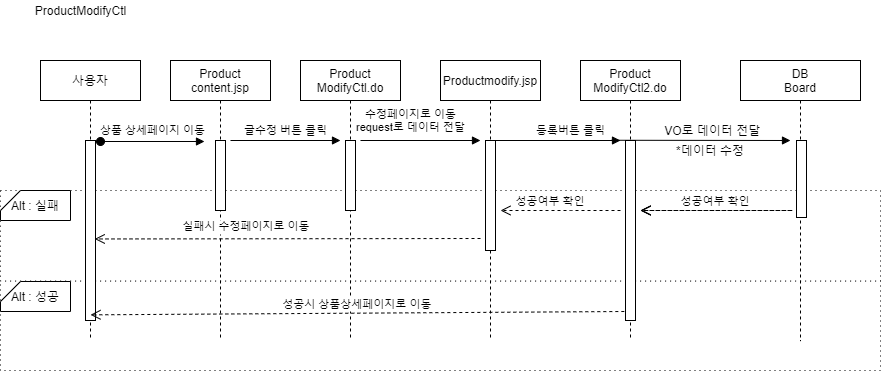
Before: Document/Sequence_Diagram/product/Product Sequence_Diagram-ProductModifyCtl.png, a diagram exported from draw.io (JungCG/PotatoMarket). Source tidied: cells renumbered, new cells last; positions are measured from the earlier drawing's top-left corner, leaving out a move shared by most shapes. The source it was exported from:
```xml
<mxGraphModel>
  <root>
    <mxCell id="0" />
    <mxCell id="1" parent="0" />
    <mxCell id="2" style="rounded=0;whiteSpace=wrap;html=1;dashed=1;dashPattern=1 4;" parent="1" vertex="1">
      <mxGeometry y="280" width="880" height="90" as="geometry" />
    </mxCell>
    <mxCell id="3" style="rounded=0;whiteSpace=wrap;html=1;dashed=1;dashPattern=1 4;" parent="1" vertex="1">
      <mxGeometry y="190" width="880" height="90.6" as="geometry" />
    </mxCell>
    <mxCell id="4" value="사용자" style="shape=umlLifeline;perimeter=lifelinePerimeter;rounded=0;shadow=0;strokeWidth=1;" parent="1" vertex="1">
      <mxGeometry x="40" y="60" width="100" height="280" as="geometry" />
    </mxCell>
    <mxCell id="5" style="points=[];perimeter=orthogonalPerimeter;rounded=0;shadow=0;strokeWidth=1;" parent="4" vertex="1">
      <mxGeometry x="45" y="80" width="10" height="180" as="geometry" />
    </mxCell>
    <mxCell id="6" value="DB&#10;Board" style="shape=umlLifeline;perimeter=lifelinePerimeter;rounded=0;shadow=0;strokeWidth=1;" parent="1" vertex="1">
      <mxGeometry x="740" y="60" width="120" height="280.6" as="geometry" />
    </mxCell>
    <mxCell id="7" style="perimeter=orthogonalPerimeter;rounded=0;shadow=0;strokeWidth=1;" parent="6" vertex="1">
      <mxGeometry x="56" y="80" width="10" height="77" as="geometry" />
    </mxCell>
    <mxCell id="8" value="Alt : 성공" style="shape=card;whiteSpace=wrap;html=1;size=20;rotation=0;" parent="1" vertex="1">
      <mxGeometry y="281" width="70" height="30" as="geometry" />
    </mxCell>
    <mxCell id="9" value="Alt : 실패" style="shape=card;whiteSpace=wrap;html=1;size=20;rotation=0;" parent="1" vertex="1">
      <mxGeometry y="190" width="70" height="30" as="geometry" />
    </mxCell>
    <mxCell id="10" style="verticalAlign=bottom;startArrow=oval;endArrow=block;startSize=8;shadow=0;strokeWidth=1;" parent="1" edge="1">
      <mxGeometry relative="1" as="geometry">
        <mxPoint x="100" y="141" as="sourcePoint" />
        <mxPoint x="204" y="141" as="targetPoint" />
      </mxGeometry>
    </mxCell>
    <mxCell id="11" value="ProductModifyCtl" style="text;html=1;align=center;verticalAlign=middle;" parent="1" vertex="1">
      <mxGeometry x="25" width="110" height="20" as="geometry" />
    </mxCell>
    <mxCell id="12" value="상품 상세페이지 이동" style="edgeLabel;html=1;align=center;verticalAlign=middle;" parent="1" vertex="1">
      <mxGeometry x="150" y="130" as="geometry">
        <mxPoint x="1" y="-1" as="offset" />
      </mxGeometry>
    </mxCell>
    <mxCell id="13" value="Product&#10;content.jsp" style="shape=umlLifeline;perimeter=lifelinePerimeter;rounded=0;shadow=0;strokeWidth=1;" parent="1" vertex="1">
      <mxGeometry x="170" y="60" width="100" height="280" as="geometry" />
    </mxCell>
    <mxCell id="14" style="perimeter=orthogonalPerimeter;rounded=0;shadow=0;strokeWidth=1;" parent="13" vertex="1">
      <mxGeometry x="45" y="80" width="10" height="70" as="geometry" />
    </mxCell>
    <mxCell id="15" value="글수정 버튼 클릭" style="edgeLabel;html=1;align=center;verticalAlign=middle;" parent="1" vertex="1">
      <mxGeometry x="165" y="140" as="geometry">
        <mxPoint x="119" y="-11" as="offset" />
      </mxGeometry>
    </mxCell>
    <mxCell id="16" style="verticalAlign=bottom;endArrow=block;entryX=0;entryY=0;shadow=0;strokeWidth=1;" parent="1" edge="1">
      <mxGeometry relative="1" as="geometry">
        <mxPoint x="230" y="140" as="sourcePoint" />
        <mxPoint x="340" y="140" as="targetPoint" />
      </mxGeometry>
    </mxCell>
    <mxCell id="17" value="Product&#10;ModifyCtl.do" style="shape=umlLifeline;perimeter=lifelinePerimeter;rounded=0;shadow=0;strokeWidth=1;" parent="1" vertex="1">
      <mxGeometry x="300" y="60" width="100" height="280" as="geometry" />
    </mxCell>
    <mxCell id="18" style="perimeter=orthogonalPerimeter;rounded=0;shadow=0;strokeWidth=1;" parent="17" vertex="1">
      <mxGeometry x="45" y="80" width="10" height="70" as="geometry" />
    </mxCell>
    <mxCell id="19" value="성공여부 확인" style="verticalAlign=bottom;endArrow=open;dashed=1;endSize=8;shadow=0;strokeWidth=1;entryX=0.935;entryY=0.795;entryDx=0;entryDy=0;entryPerimeter=0;" parent="1" edge="1">
      <mxGeometry relative="1" as="geometry">
        <mxPoint x="791.7" y="210" as="sourcePoint" />
        <mxPoint x="640" y="210" as="targetPoint" />
        <Array as="points">
          <mxPoint x="720" y="210" />
        </Array>
      </mxGeometry>
    </mxCell>
    <mxCell id="20" value="실패시 수정페이지로 이동" style="verticalAlign=bottom;endArrow=open;dashed=1;endSize=8;shadow=0;strokeWidth=1;entryX=0.921;entryY=0.547;entryDx=0;entryDy=0;entryPerimeter=0;" parent="1" edge="1" target="5">
      <mxGeometry x="0.21" y="-3" relative="1" as="geometry">
        <mxPoint x="480" y="238" as="sourcePoint" />
      </mxGeometry>
    </mxCell>
    <mxCell id="21" value="성공시 상품상세페이지로 이동" style="verticalAlign=bottom;endArrow=open;dashed=1;endSize=8;shadow=0;strokeWidth=1;" parent="1" edge="1">
      <mxGeometry relative="1" as="geometry">
        <mxPoint x="623.8" y="311" as="sourcePoint" />
        <mxPoint x="90" y="314.3" as="targetPoint" />
      </mxGeometry>
    </mxCell>
    <mxCell id="22" style="group;" parent="1" vertex="1">
      <mxGeometry x="620" y="120" width="180" height="40" as="geometry" />
    </mxCell>
    <mxCell id="23" value="*데이터 수정" style="text;html=1;strokeColor=none;fillColor=none;align=center;verticalAlign=middle;whiteSpace=wrap;rounded=0;" parent="22" vertex="1">
      <mxGeometry y="20" width="180" height="20" as="geometry" />
    </mxCell>
    <mxCell id="24" value="&amp;nbsp; &amp;nbsp; &amp;nbsp; &amp;nbsp; &amp;nbsp; &amp;nbsp; &amp;nbsp; &amp;nbsp; &amp;nbsp; &amp;nbsp;VO로 데이터 전달" style="text;html=1;align=center;verticalAlign=middle;points=[];" parent="22" vertex="1">
      <mxGeometry x="-25" width="170" height="20" as="geometry" />
    </mxCell>
    <mxCell id="25" style="verticalAlign=bottom;endArrow=block;entryX=0;entryY=0;shadow=0;strokeWidth=1;exitX=0.096;exitY=0.988;exitDx=0;exitDy=0;exitPerimeter=0;" parent="22" edge="1" source="24">
      <mxGeometry relative="1" as="geometry">
        <mxPoint x="170" y="20" as="targetPoint" />
      </mxGeometry>
    </mxCell>
    <mxCell id="26" value="Productmodify.jsp" style="shape=umlLifeline;perimeter=lifelinePerimeter;rounded=0;shadow=0;strokeWidth=1;" parent="1" vertex="1">
      <mxGeometry x="440" y="60" width="100" height="280" as="geometry" />
    </mxCell>
    <mxCell id="27" style="points=[];perimeter=orthogonalPerimeter;rounded=0;shadow=0;strokeWidth=1;" parent="26" vertex="1">
      <mxGeometry x="45" y="80" width="10" height="110" as="geometry" />
    </mxCell>
    <mxCell id="28" value="수정페이지로 이동&lt;br&gt;request로 데이터 전달" style="edgeLabel;html=1;align=center;verticalAlign=middle;" parent="1" vertex="1">
      <mxGeometry x="290" y="130" as="geometry">
        <mxPoint x="119" y="-11" as="offset" />
      </mxGeometry>
    </mxCell>
    <mxCell id="29" style="verticalAlign=bottom;endArrow=block;shadow=0;strokeWidth=1;" parent="1" edge="1">
      <mxGeometry relative="1" as="geometry">
        <mxPoint x="360" y="140" as="sourcePoint" />
        <mxPoint x="480" y="140" as="targetPoint" />
      </mxGeometry>
    </mxCell>
    <mxCell id="30" value="Product&#10;ModifyCtl2.do" style="shape=umlLifeline;perimeter=lifelinePerimeter;rounded=0;shadow=0;strokeWidth=1;" parent="1" vertex="1">
      <mxGeometry x="580" y="60" width="100" height="280" as="geometry" />
    </mxCell>
    <mxCell id="31" style="perimeter=orthogonalPerimeter;rounded=0;shadow=0;strokeWidth=1;" parent="30" vertex="1">
      <mxGeometry x="45" y="80" width="10" height="180" as="geometry" />
    </mxCell>
    <mxCell id="32" value="등록버튼 클릭" style="edgeLabel;html=1;align=center;verticalAlign=middle;" parent="1" vertex="1">
      <mxGeometry x="450" y="140" as="geometry">
        <mxPoint x="119" y="-11" as="offset" />
      </mxGeometry>
    </mxCell>
    <mxCell id="33" style="verticalAlign=bottom;endArrow=block;shadow=0;strokeWidth=1;" parent="1" edge="1">
      <mxGeometry relative="1" as="geometry">
        <mxPoint x="490" y="140" as="sourcePoint" />
        <mxPoint x="620" y="140" as="targetPoint" />
      </mxGeometry>
    </mxCell>
    <mxCell id="34" value="성공여부 확인" style="verticalAlign=bottom;endArrow=open;dashed=1;endSize=8;shadow=0;strokeWidth=1;entryX=0.935;entryY=0.795;entryDx=0;entryDy=0;entryPerimeter=0;" parent="1" edge="1">
      <mxGeometry x="0.17" relative="1" as="geometry">
        <mxPoint x="620" y="210" as="sourcePoint" />
        <mxPoint x="500" y="210" as="targetPoint" />
        <Array as="points">
          <mxPoint x="580" y="210" />
        </Array>
      </mxGeometry>
    </mxCell>
    <mxCell id="35" value="성공여부 확인" style="verticalAlign=bottom;endArrow=open;dashed=1;endSize=8;shadow=0;strokeWidth=1;entryX=0.935;entryY=0.795;entryDx=0;entryDy=0;entryPerimeter=0;" parent="1" edge="1">
      <mxGeometry relative="1" as="geometry">
        <mxPoint x="791.7" y="210" as="sourcePoint" />
        <mxPoint x="640" y="210" as="targetPoint" />
      </mxGeometry>
    </mxCell>
    <mxCell id="36" value="성공여부 확인" style="verticalAlign=bottom;endArrow=open;dashed=1;endSize=8;shadow=0;strokeWidth=1;entryX=0.935;entryY=0.795;entryDx=0;entryDy=0;entryPerimeter=0;" parent="1" edge="1">
      <mxGeometry relative="1" as="geometry">
        <mxPoint x="790" y="210" as="sourcePoint" />
        <mxPoint x="640" y="210" as="targetPoint" />
      </mxGeometry>
    </mxCell>
  </root>
</mxGraphModel>
```
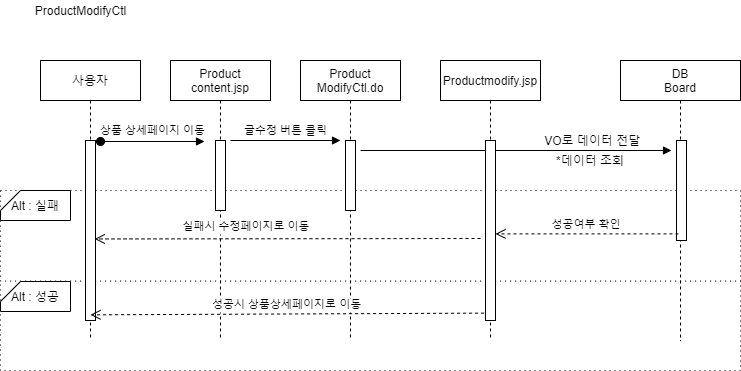
The same file after the commit.

Change to the diagram source:
```diff
@@ -3,10 +3,10 @@
     <mxCell id="0" />
     <mxCell id="1" parent="0" />
     <mxCell id="2" style="rounded=0;whiteSpace=wrap;html=1;dashed=1;dashPattern=1 4;" parent="1" vertex="1">
-      <mxGeometry y="280" width="880" height="90" as="geometry" />
+      <mxGeometry y="280" width="740" height="90" as="geometry" />
     </mxCell>
     <mxCell id="3" style="rounded=0;whiteSpace=wrap;html=1;dashed=1;dashPattern=1 4;" parent="1" vertex="1">
-      <mxGeometry y="190" width="880" height="90.6" as="geometry" />
+      <mxGeometry y="190" width="740" height="90.6" as="geometry" />
     </mxCell>
     <mxCell id="4" value="사용자" style="shape=umlLifeline;perimeter=lifelinePerimeter;rounded=0;shadow=0;strokeWidth=1;" parent="1" vertex="1">
       <mxGeometry x="40" y="60" width="100" height="280" as="geometry" />
@@ -15,10 +15,10 @@
       <mxGeometry x="45" y="80" width="10" height="180" as="geometry" />
     </mxCell>
     <mxCell id="6" value="DB&#10;Board" style="shape=umlLifeline;perimeter=lifelinePerimeter;rounded=0;shadow=0;strokeWidth=1;" parent="1" vertex="1">
-      <mxGeometry x="740" y="60" width="120" height="280.6" as="geometry" />
+      <mxGeometry x="620" y="60" width="120" height="280.6" as="geometry" />
     </mxCell>
     <mxCell id="7" style="perimeter=orthogonalPerimeter;rounded=0;shadow=0;strokeWidth=1;" parent="6" vertex="1">
-      <mxGeometry x="56" y="80" width="10" height="77" as="geometry" />
+      <mxGeometry x="56" y="80" width="10" height="100" as="geometry" />
     </mxCell>
     <mxCell id="8" value="Alt : 성공" style="shape=card;whiteSpace=wrap;html=1;size=20;rotation=0;" parent="1" vertex="1">
       <mxGeometry y="281" width="70" height="30" as="geometry" />
@@ -63,94 +63,39 @@
     <mxCell id="18" style="perimeter=orthogonalPerimeter;rounded=0;shadow=0;strokeWidth=1;" parent="17" vertex="1">
       <mxGeometry x="45" y="80" width="10" height="70" as="geometry" />
     </mxCell>
-    <mxCell id="19" value="성공여부 확인" style="verticalAlign=bottom;endArrow=open;dashed=1;endSize=8;shadow=0;strokeWidth=1;entryX=0.935;entryY=0.795;entryDx=0;entryDy=0;entryPerimeter=0;" parent="1" edge="1">
-      <mxGeometry relative="1" as="geometry">
-        <mxPoint x="791.7" y="210" as="sourcePoint" />
-        <mxPoint x="640" y="210" as="targetPoint" />
-        <Array as="points">
-          <mxPoint x="720" y="210" />
-        </Array>
-      </mxGeometry>
-    </mxCell>
     <mxCell id="20" value="실패시 수정페이지로 이동" style="verticalAlign=bottom;endArrow=open;dashed=1;endSize=8;shadow=0;strokeWidth=1;entryX=0.921;entryY=0.547;entryDx=0;entryDy=0;entryPerimeter=0;" parent="1" edge="1" target="5">
       <mxGeometry x="0.21" y="-3" relative="1" as="geometry">
         <mxPoint x="480" y="238" as="sourcePoint" />
       </mxGeometry>
     </mxCell>
-    <mxCell id="21" value="성공시 상품상세페이지로 이동" style="verticalAlign=bottom;endArrow=open;dashed=1;endSize=8;shadow=0;strokeWidth=1;" parent="1" edge="1">
+    <mxCell id="21" value="성공시 상품상세페이지로 이동" style="verticalAlign=bottom;endArrow=open;dashed=1;endSize=8;shadow=0;strokeWidth=1;exitX=-0.14;exitY=0.959;exitDx=0;exitDy=0;exitPerimeter=0;" parent="1" edge="1" source="27">
       <mxGeometry relative="1" as="geometry">
-        <mxPoint x="623.8" y="311" as="sourcePoint" />
         <mxPoint x="90" y="314.3" as="targetPoint" />
       </mxGeometry>
     </mxCell>
     <mxCell id="22" style="group;" parent="1" vertex="1">
-      <mxGeometry x="620" y="120" width="180" height="40" as="geometry" />
+      <mxGeometry x="500" y="130" width="180" height="40" as="geometry" />
     </mxCell>
-    <mxCell id="23" value="*데이터 수정" style="text;html=1;strokeColor=none;fillColor=none;align=center;verticalAlign=middle;whiteSpace=wrap;rounded=0;" parent="22" vertex="1">
+    <mxCell id="23" value="*데이터 조회" style="text;html=1;strokeColor=none;fillColor=none;align=center;verticalAlign=middle;whiteSpace=wrap;rounded=0;" parent="22" vertex="1">
       <mxGeometry y="20" width="180" height="20" as="geometry" />
     </mxCell>
     <mxCell id="24" value="&amp;nbsp; &amp;nbsp; &amp;nbsp; &amp;nbsp; &amp;nbsp; &amp;nbsp; &amp;nbsp; &amp;nbsp; &amp;nbsp; &amp;nbsp;VO로 데이터 전달" style="text;html=1;align=center;verticalAlign=middle;points=[];" parent="22" vertex="1">
       <mxGeometry x="-25" width="170" height="20" as="geometry" />
     </mxCell>
-    <mxCell id="25" style="verticalAlign=bottom;endArrow=block;entryX=0;entryY=0;shadow=0;strokeWidth=1;exitX=0.096;exitY=0.988;exitDx=0;exitDy=0;exitPerimeter=0;" parent="22" edge="1" source="24">
+    <mxCell id="25" style="verticalAlign=bottom;endArrow=block;entryX=0;entryY=0;shadow=0;strokeWidth=1;" parent="22" edge="1">
       <mxGeometry relative="1" as="geometry">
-        <mxPoint x="170" y="20" as="targetPoint" />
+        <mxPoint x="-140" y="20" as="sourcePoint" />
+        <mxPoint x="171" y="20" as="targetPoint" />
       </mxGeometry>
     </mxCell>
     <mxCell id="26" value="Productmodify.jsp" style="shape=umlLifeline;perimeter=lifelinePerimeter;rounded=0;shadow=0;strokeWidth=1;" parent="1" vertex="1">
       <mxGeometry x="440" y="60" width="100" height="280" as="geometry" />
     </mxCell>
     <mxCell id="27" style="points=[];perimeter=orthogonalPerimeter;rounded=0;shadow=0;strokeWidth=1;" parent="26" vertex="1">
-      <mxGeometry x="45" y="80" width="10" height="110" as="geometry" />
+      <mxGeometry x="45" y="80" width="10" height="180" as="geometry" />
     </mxCell>
-    <mxCell id="28" value="수정페이지로 이동&lt;br&gt;request로 데이터 전달" style="edgeLabel;html=1;align=center;verticalAlign=middle;" parent="1" vertex="1">
-      <mxGeometry x="290" y="130" as="geometry">
-        <mxPoint x="119" y="-11" as="offset" />
-      </mxGeometry>
-    </mxCell>
-    <mxCell id="29" style="verticalAlign=bottom;endArrow=block;shadow=0;strokeWidth=1;" parent="1" edge="1">
-      <mxGeometry relative="1" as="geometry">
-        <mxPoint x="360" y="140" as="sourcePoint" />
-        <mxPoint x="480" y="140" as="targetPoint" />
-      </mxGeometry>
-    </mxCell>
-    <mxCell id="30" value="Product&#10;ModifyCtl2.do" style="shape=umlLifeline;perimeter=lifelinePerimeter;rounded=0;shadow=0;strokeWidth=1;" parent="1" vertex="1">
-      <mxGeometry x="580" y="60" width="100" height="280" as="geometry" />
-    </mxCell>
-    <mxCell id="31" style="perimeter=orthogonalPerimeter;rounded=0;shadow=0;strokeWidth=1;" parent="30" vertex="1">
-      <mxGeometry x="45" y="80" width="10" height="180" as="geometry" />
-    </mxCell>
-    <mxCell id="32" value="등록버튼 클릭" style="edgeLabel;html=1;align=center;verticalAlign=middle;" parent="1" vertex="1">
-      <mxGeometry x="450" y="140" as="geometry">
-        <mxPoint x="119" y="-11" as="offset" />
-      </mxGeometry>
-    </mxCell>
-    <mxCell id="33" style="verticalAlign=bottom;endArrow=block;shadow=0;strokeWidth=1;" parent="1" edge="1">
-      <mxGeometry relative="1" as="geometry">
-        <mxPoint x="490" y="140" as="sourcePoint" />
-        <mxPoint x="620" y="140" as="targetPoint" />
-      </mxGeometry>
-    </mxCell>
-    <mxCell id="34" value="성공여부 확인" style="verticalAlign=bottom;endArrow=open;dashed=1;endSize=8;shadow=0;strokeWidth=1;entryX=0.935;entryY=0.795;entryDx=0;entryDy=0;entryPerimeter=0;" parent="1" edge="1">
-      <mxGeometry x="0.17" relative="1" as="geometry">
-        <mxPoint x="620" y="210" as="sourcePoint" />
-        <mxPoint x="500" y="210" as="targetPoint" />
-        <Array as="points">
-          <mxPoint x="580" y="210" />
-        </Array>
-      </mxGeometry>
-    </mxCell>
-    <mxCell id="35" value="성공여부 확인" style="verticalAlign=bottom;endArrow=open;dashed=1;endSize=8;shadow=0;strokeWidth=1;entryX=0.935;entryY=0.795;entryDx=0;entryDy=0;entryPerimeter=0;" parent="1" edge="1">
-      <mxGeometry relative="1" as="geometry">
-        <mxPoint x="791.7" y="210" as="sourcePoint" />
-        <mxPoint x="640" y="210" as="targetPoint" />
-      </mxGeometry>
-    </mxCell>
-    <mxCell id="36" value="성공여부 확인" style="verticalAlign=bottom;endArrow=open;dashed=1;endSize=8;shadow=0;strokeWidth=1;entryX=0.935;entryY=0.795;entryDx=0;entryDy=0;entryPerimeter=0;" parent="1" edge="1">
-      <mxGeometry relative="1" as="geometry">
-        <mxPoint x="790" y="210" as="sourcePoint" />
-        <mxPoint x="640" y="210" as="targetPoint" />
-      </mxGeometry>
+    <mxCell id="36" value="성공여부 확인" style="verticalAlign=bottom;endArrow=open;dashed=1;endSize=8;shadow=0;strokeWidth=1;exitX=0.483;exitY=0.618;exitDx=0;exitDy=0;exitPerimeter=0;" parent="1" edge="1" source="6" target="27">
+      <mxGeometry relative="1" as="geometry" />
     </mxCell>
   </root>
 </mxGraphModel>
```
